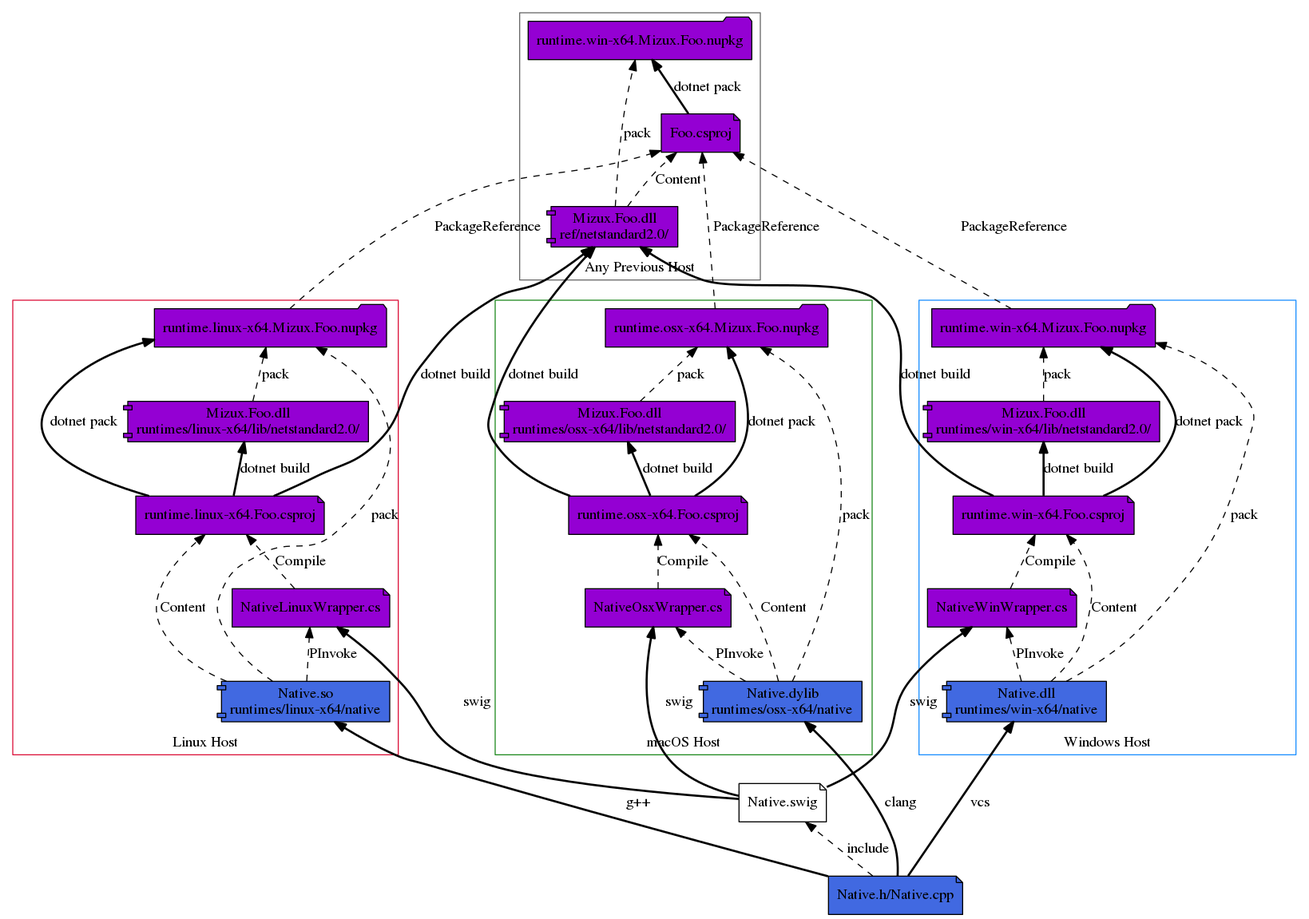
Above: doc/full_pipeline.png in Mizux/dotnet-native (Graphviz), before the change. Its source is kept beside it as doc/full_pipeline.dot.
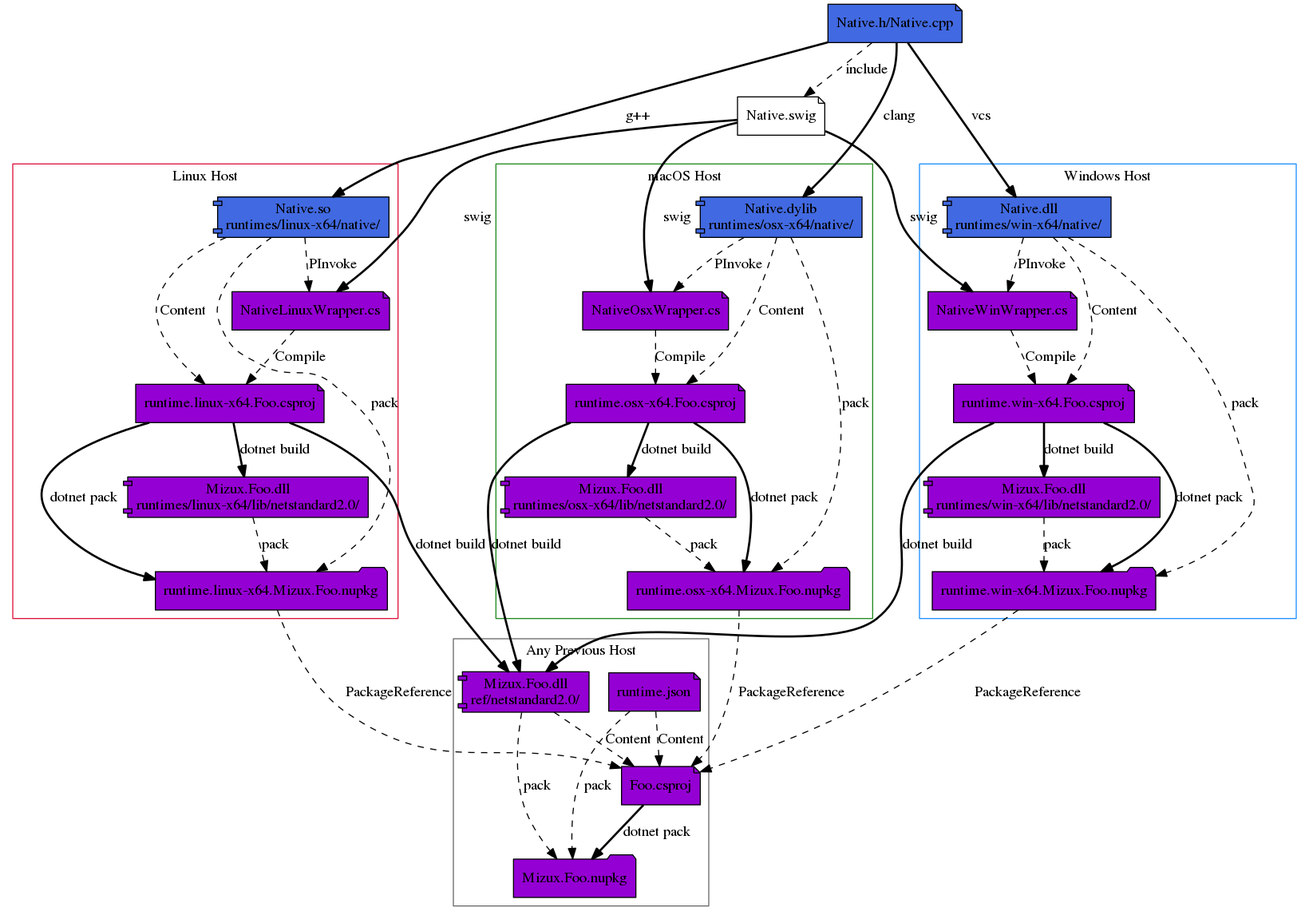
After the change.

What changed in the source:
```diff
@@ -1,6 +1,6 @@
 @startdot
 digraph Make {
-  rankdir=BT;
+  rankdir=TD;
   node [shape=note, style="rounded,filled", color=black, fillcolor=royalblue];
   CPP [label="Native.h/Native.cpp"];
   SWIG [label="Native.swig", fillcolor=white];
@@ -10,7 +10,7 @@
     color=crimson;
     label = "Linux Host";
     node [shape=note, style="rounded,filled", color=black, fillcolor=darkviolet];
-    LINUX_LIB [label="Native.so\nruntimes/linux-x64/native", shape=component, fillcolor=royalblue];
+    LINUX_LIB [label="Native.so\nruntimes/linux-x64/native/", shape=component, fillcolor=royalblue];
     LINUX_CS [label="NativeLinuxWrapper.cs"];
     LINUX_CSPROJ [label="runtime.linux-x64.Foo.csproj"];
     LINUX_DLL [label="Mizux.Foo.dll\nruntimes/linux-x64/lib/netstandard2.0/", shape=component];
@@ -31,7 +31,7 @@
     color=forestgreen;
     label = "macOS Host";
     node [shape=note, style="rounded,filled", color=black, fillcolor=darkviolet];
-    OSX_LIB [label="Native.dylib\nruntimes/osx-x64/native", shape=component, fillcolor=royalblue];
+    OSX_LIB [label="Native.dylib\nruntimes/osx-x64/native/", shape=component, fillcolor=royalblue];
     OSX_CS [label="NativeOsxWrapper.cs"];
     OSX_CSPROJ [label="runtime.osx-x64.Foo.csproj"];
     OSX_DLL [label="Mizux.Foo.dll\nruntimes/osx-x64/lib/netstandard2.0/", shape=component];
@@ -52,7 +52,7 @@
     color=dodgerblue;
     label = "Windows Host";
     node [shape=note, style="rounded,filled", color=black, fillcolor=darkviolet];
-    WIN_LIB [label="Native.dll\nruntimes/win-x64/native", shape=component, fillcolor=royalblue];
+    WIN_LIB [label="Native.dll\nruntimes/win-x64/native/", shape=component, fillcolor=royalblue];
     WIN_CS [label="NativeWinWrapper.cs"];
     WIN_CSPROJ [label="runtime.win-x64.Foo.csproj"];
     WIN_DLL [label="Mizux.Foo.dll\nruntimes/win-x64/lib/netstandard2.0/", shape=component];
@@ -74,15 +74,18 @@
     label = "Any Previous Host";
     node [shape=note, style="rounded,filled", color=black, fillcolor=darkviolet];
     FOO_REF [label="Mizux.Foo.dll\nref/netstandard2.0/", shape=component];
+    FOO_RT [label="runtime.json"];
     FOO_CSPROJ [label="Foo.csproj"];
-    FOO_NUPKG [label="runtime.win-x64.Mizux.Foo.nupkg", shape=folder];
+    FOO_NUPKG [label="Mizux.Foo.nupkg", shape=folder];
 
     LINUX_CSPROJ -> FOO_REF [label="dotnet build", style=bold];
     OSX_CSPROJ -> FOO_REF [label="dotnet build", style=bold];
     WIN_CSPROJ -> FOO_REF [label="dotnet build", style=bold];
     FOO_REF -> FOO_CSPROJ [label="Content", style=dashed];
+    FOO_RT -> FOO_CSPROJ [label="Content", style=dashed];
     FOO_CSPROJ -> FOO_NUPKG [label="dotnet pack", style=bold];
     FOO_REF -> FOO_NUPKG [label="pack", style=dashed];
+    FOO_RT -> FOO_NUPKG [label="pack", style=dashed];
   }
   LINUX_NUPKG -> FOO_CSPROJ [label="PackageReference", style=dashed];
   OSX_NUPKG -> FOO_CSPROJ [label="PackageReference", style=dashed];
```
